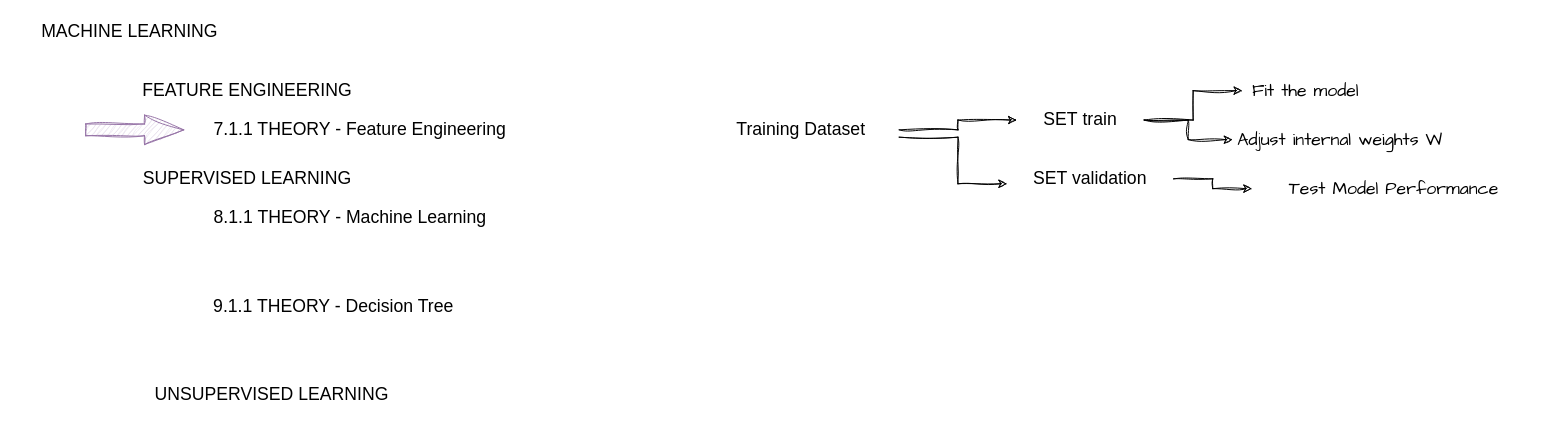
Above: Sprint2.drawio in Innoktiv/Anyone-AI (draw.io), before the change. Source tidied: cells renumbered, new cells numbered last; positions are measured from the earlier drawing's top-left corner, leaving out a move shared by most shapes. Both pictures are drawn from the tidied source at 98%, with x=0, y=0 at pixel (17, 17).
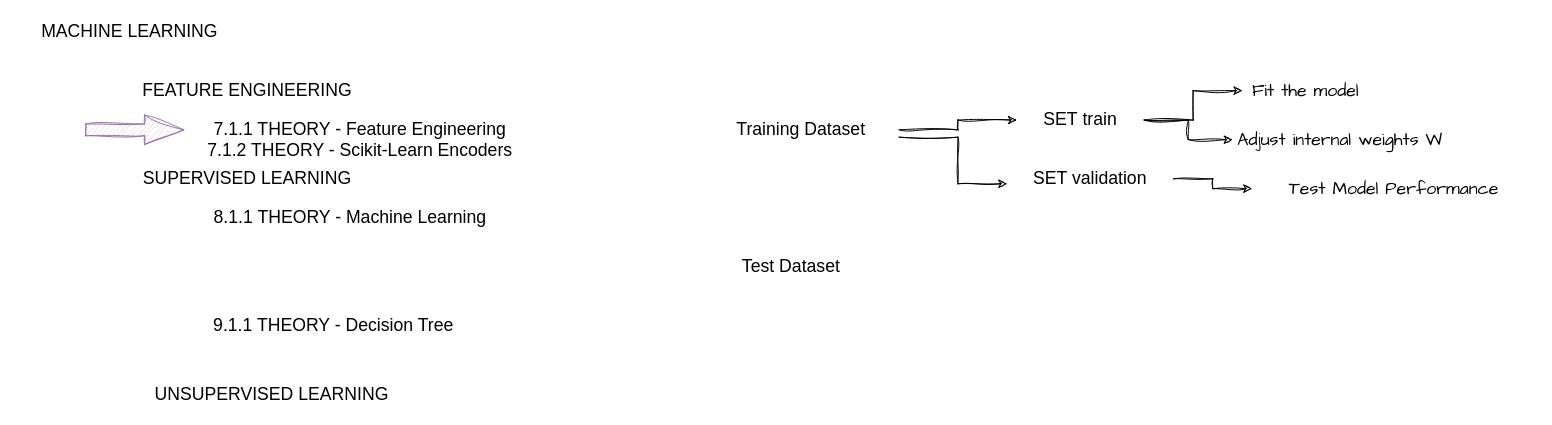
After the change.

What changed in the source:
```diff
@@
     <mxCell id="8" value="&lt;font face=&quot;Helvetica&quot; style=&quot;font-size: 18px;&quot;&gt;9.1.1 THEORY - Decision Tree&lt;br&gt;&lt;/font&gt;" style="text;html=1;align=center;verticalAlign=middle;whiteSpace=wrap;rounded=0;fontFamily=Architects Daughter;" parent="1" vertex="1">
-      <mxGeometry x="163" y="280" width="320" height="30" as="geometry" />
+      <mxGeometry x="163" y="300" width="320" height="30" as="geometry" />
     </mxCell>
@@
+    <mxCell id="21" value="&lt;font face=&quot;Helvetica&quot; style=&quot;font-size: 18px;&quot;&gt;Test Dataset&lt;br&gt;&lt;/font&gt;" style="text;html=1;align=center;verticalAlign=middle;whiteSpace=wrap;rounded=0;fontFamily=Architects Daughter;" parent="1" vertex="1">
+      <mxGeometry x="690" y="240" width="200" height="30" as="geometry" />
+    </mxCell>
+    <mxCell id="22" value="&lt;font face=&quot;Helvetica&quot; style=&quot;font-size: 18px;&quot;&gt;7.1.2 THEORY - Scikit-Learn Encoders&lt;br&gt;&lt;/font&gt;" style="text;html=1;align=center;verticalAlign=middle;whiteSpace=wrap;rounded=0;fontFamily=Architects Daughter;" parent="1" vertex="1">
+      <mxGeometry x="190" y="121" width="320" height="30" as="geometry" />
+    </mxCell>
```
